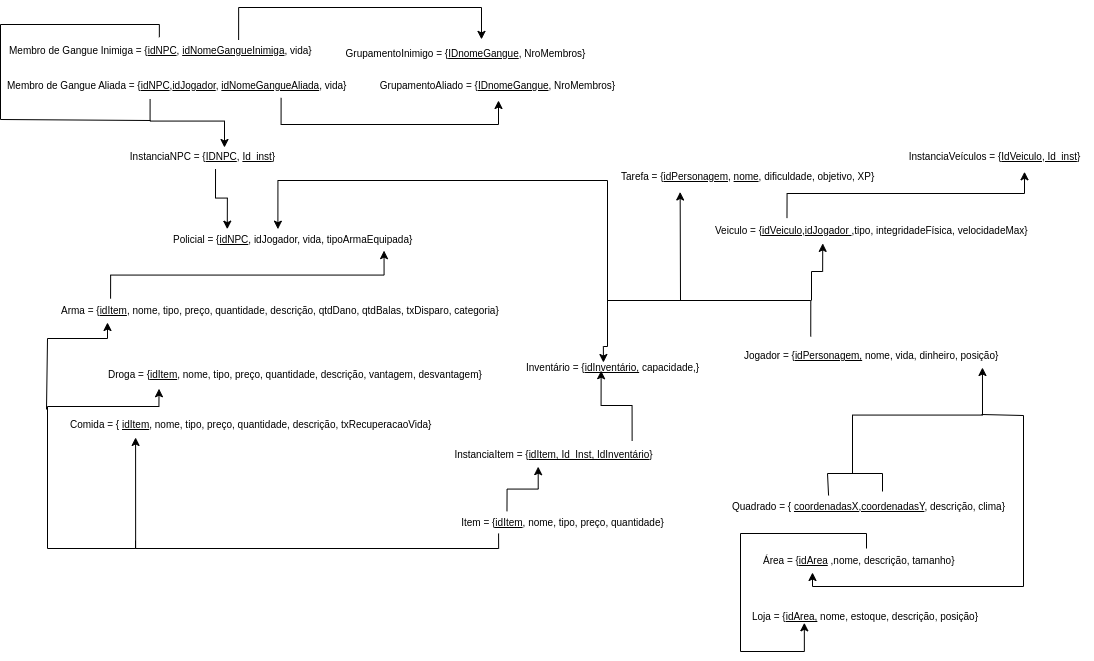
SBD1/2022.2_grupo2_GTA keeps this draw.io diagram as Modelo relacional.png. Above is the earlier version. Source tidied: cells renumbered, new cells last; positions are measured from the earlier drawing's top-left corner, leaving out a move shared by most shapes. The source it was exported from:
```xml
<mxGraphModel>
  <root>
    <mxCell id="0" />
    <mxCell id="1" parent="0" />
    <mxCell id="2" value="&lt;h1 style=&quot;&quot;&gt;&lt;span style=&quot;font-weight: 400;&quot;&gt;&lt;font style=&quot;font-size: 10px;&quot;&gt;Jogador = {&lt;u style=&quot;&quot;&gt;idPersonagem,&lt;/u&gt; nome, vida, dinheiro, posição}&lt;/font&gt;&lt;/span&gt;&lt;/h1&gt;" style="text;html=1;strokeColor=none;fillColor=none;align=left;verticalAlign=middle;rounded=0;fontSize=18;" parent="1" vertex="1">
      <mxGeometry x="742" y="329" width="273" height="20" as="geometry" />
    </mxCell>
    <mxCell id="3" value="Arma = {&lt;u&gt;idItem&lt;/u&gt;, nome, tipo, preço, quantidade, descrição, qtdDano, qtdBalas, txDisparo, categoria}" style="text;html=1;align=left;verticalAlign=middle;points=[];strokeColor=none;fillColor=none;fontSize=10;" parent="1" vertex="1">
      <mxGeometry x="59" y="291" width="456" height="24" as="geometry" />
    </mxCell>
    <mxCell id="4" value="&lt;h1 style=&quot;&quot;&gt;&lt;span style=&quot;font-weight: 400;&quot;&gt;&lt;font style=&quot;font-size: 10px;&quot;&gt;Inventário = {&lt;u style=&quot;&quot;&gt;idInventário,&lt;/u&gt; capacidade,}&lt;/font&gt;&lt;/span&gt;&lt;/h1&gt;" style="text;html=1;strokeColor=none;fillColor=none;align=left;verticalAlign=middle;whiteSpace=wrap;rounded=0;fontSize=18;" parent="1" vertex="1">
      <mxGeometry x="523.8" y="339" width="229.5" height="23" as="geometry" />
    </mxCell>
    <mxCell id="5" value="Veiculo = {&lt;u&gt;idVeiculo&lt;/u&gt;,&lt;u&gt;idJogador &lt;/u&gt;,tipo, integridadeFísica, velocidadeMax}" style="text;html=1;align=left;verticalAlign=middle;points=[];strokeColor=none;fillColor=none;fontSize=10;" parent="1" vertex="1">
      <mxGeometry x="713" y="211" width="331" height="24" as="geometry" />
    </mxCell>
    <mxCell id="6" value="Área = {&lt;u&gt;idArea&lt;/u&gt;&amp;nbsp;,nome, descrição, tamanho}" style="text;html=1;align=left;verticalAlign=middle;points=[];strokeColor=none;fillColor=none;fontSize=10;" parent="1" vertex="1">
      <mxGeometry x="761" y="541" width="210" height="24" as="geometry" />
    </mxCell>
    <mxCell id="7" value="Droga = {&lt;u&gt;idItem&lt;/u&gt;, nome, tipo, preço, quantidade, descrição, vantagem, desvantagem}" style="text;html=1;align=left;verticalAlign=middle;points=[];strokeColor=none;fillColor=none;fontSize=10;" parent="1" vertex="1">
      <mxGeometry x="106" y="355" width="392" height="24" as="geometry" />
    </mxCell>
    <mxCell id="8" value="Comida = {&amp;nbsp;&lt;u&gt;idItem&lt;/u&gt;, nome, tipo, preço, quantidade, descrição, txRecuperacaoVida}" style="text;html=1;align=left;verticalAlign=middle;points=[];strokeColor=none;fillColor=none;fontSize=10;" parent="1" vertex="1">
      <mxGeometry x="68" y="405" width="379" height="24" as="geometry" />
    </mxCell>
    <mxCell id="9" value="Tarefa = {&lt;u&gt;idPersonagem,&lt;/u&gt;&amp;nbsp;&lt;u&gt;nome&lt;/u&gt;, dificuldade, objetivo, XP}" style="text;html=1;strokeColor=none;fillColor=none;align=left;verticalAlign=middle;whiteSpace=wrap;rounded=0;fontSize=10;" parent="1" vertex="1">
      <mxGeometry x="619" y="154" width="311" height="30" as="geometry" />
    </mxCell>
    <mxCell id="10" value="&lt;h1 style=&quot;&quot;&gt;&lt;span style=&quot;font-weight: 400;&quot;&gt;&lt;font style=&quot;font-size: 10px;&quot;&gt;Loja = {&lt;u style=&quot;&quot;&gt;idArea,&lt;/u&gt; nome, estoque, descrição, posição}&lt;/font&gt;&lt;/span&gt;&lt;/h1&gt;" style="text;html=1;strokeColor=none;fillColor=none;align=left;verticalAlign=middle;whiteSpace=wrap;rounded=0;fontSize=18;" parent="1" vertex="1">
      <mxGeometry x="749.8" y="587" width="257.5" height="26" as="geometry" />
    </mxCell>
    <mxCell id="11" value="Policial = {&lt;u&gt;idNPC&lt;/u&gt;, idJogador, vida, tipoArmaEquipada}" style="text;html=1;align=left;verticalAlign=middle;points=[];strokeColor=none;fillColor=none;fontSize=10;" parent="1" vertex="1">
      <mxGeometry x="171" y="220" width="257" height="24" as="geometry" />
    </mxCell>
    <mxCell id="12" value="Membro de Gangue Aliada = {&lt;u&gt;idNPC&lt;/u&gt;,&lt;u&gt;idJogador&lt;/u&gt;, &lt;u&gt;idNomeGangueAliada&lt;/u&gt;, vida}" style="text;html=1;align=left;verticalAlign=middle;points=[];strokeColor=none;fillColor=none;fontSize=10;" parent="1" vertex="1">
      <mxGeometry x="5" y="66" width="357" height="24" as="geometry" />
    </mxCell>
    <mxCell id="13" value="Membro de Gangue Inimiga = {&lt;u&gt;idNPC&lt;/u&gt;,&amp;nbsp;&lt;u&gt;idNomeGangueInimiga&lt;/u&gt;, vida}" style="text;html=1;align=left;verticalAlign=middle;points=[];strokeColor=none;fillColor=none;fontSize=10;" parent="1" vertex="1">
      <mxGeometry x="7" y="31" width="321" height="24" as="geometry" />
    </mxCell>
    <mxCell id="14" value="&lt;font style=&quot;font-size: 10px;&quot;&gt;InstanciaItem = {&lt;u&gt;idItem, Id_Inst, IdInventário&lt;/u&gt;}&lt;/font&gt;" style="text;html=1;align=center;verticalAlign=middle;points=[];strokeColor=none;fillColor=none;" parent="1" vertex="1">
      <mxGeometry x="445" y="434" width="216" height="26" as="geometry" />
    </mxCell>
    <mxCell id="15" value="InstanciaVeículos = {&lt;u&gt;IdVeiculo, Id_inst&lt;/u&gt;}" style="text;html=1;align=center;verticalAlign=middle;points=[];strokeColor=none;fillColor=none;fontSize=10;" parent="1" vertex="1">
      <mxGeometry x="899" y="137" width="190" height="24" as="geometry" />
    </mxCell>
    <mxCell id="16" value="GrupamentoAliado = {&lt;u&gt;IDnomeGangue&lt;/u&gt;, NroMembros}" style="text;html=1;strokeColor=none;fillColor=none;align=center;verticalAlign=middle;whiteSpace=wrap;rounded=0;fontSize=10;" parent="1" vertex="1">
      <mxGeometry x="369" y="63" width="257" height="30" as="geometry" />
    </mxCell>
    <mxCell id="17" value="InstanciaNPC = {&lt;u&gt;IDNPC&lt;/u&gt;, &lt;u&gt;Id_inst&lt;/u&gt;}" style="text;html=1;align=center;verticalAlign=middle;points=[];strokeColor=none;fillColor=none;fontSize=10;" parent="1" vertex="1">
      <mxGeometry x="120" y="137" width="163" height="24" as="geometry" />
    </mxCell>
    <mxCell id="18" value="GrupamentoInimigo = {&lt;u&gt;IDnomeGangue&lt;/u&gt;, NroMembros}" style="text;html=1;strokeColor=none;fillColor=none;align=center;verticalAlign=middle;whiteSpace=wrap;rounded=0;fontSize=10;" parent="1" vertex="1">
      <mxGeometry x="332" y="31" width="267" height="30" as="geometry" />
    </mxCell>
    <mxCell id="19" value="&lt;span style=&quot;text-align: left;&quot;&gt;Quadrado = {&amp;nbsp;&lt;u&gt;coordenadasX,coordenadasY&lt;/u&gt;&lt;/span&gt;&lt;span style=&quot;text-align: left;&quot;&gt;, descrição, clima}&lt;/span&gt;" style="text;html=1;strokeColor=none;fillColor=none;align=center;verticalAlign=middle;whiteSpace=wrap;rounded=0;fontSize=10;" parent="1" vertex="1">
      <mxGeometry x="645.2" y="484" width="447" height="30" as="geometry" />
    </mxCell>
    <mxCell id="20" style="endArrow=classic;html=1;rounded=0;fontSize=10;exitX=0.864;exitY=-0.025;exitDx=0;exitDy=0;exitPerimeter=0;entryX=0.335;entryY=1.053;entryDx=0;entryDy=0;edgeStyle=orthogonalEdgeStyle;entryPerimeter=0;" parent="1" edge="1" source="14" target="4">
      <mxGeometry relative="1" as="geometry" />
    </mxCell>
    <mxCell id="21" value="&lt;span style=&quot;text-align: left;&quot;&gt;Item = &lt;/span&gt;&lt;u style=&quot;text-align: left;&quot;&gt;{idItem&lt;/u&gt;&lt;span style=&quot;text-align: left;&quot;&gt;, nome, tipo, preço, quantidade}&lt;/span&gt;" style="text;html=1;align=center;verticalAlign=middle;points=[];strokeColor=none;fillColor=none;fontSize=10;" parent="1" vertex="1">
      <mxGeometry x="451" y="503" width="221" height="24" as="geometry" />
    </mxCell>
    <mxCell id="22" style="endArrow=classic;html=1;rounded=0;fontSize=10;exitX=0.213;exitY=0.957;exitDx=0;exitDy=0;exitPerimeter=0;entryX=0.177;entryY=1.04;entryDx=0;entryDy=0;entryPerimeter=0;edgeStyle=orthogonalEdgeStyle;" parent="1" edge="1" source="21" target="8">
      <mxGeometry relative="1" as="geometry">
        <Array as="points">
          <mxPoint x="498" y="541" />
          <mxPoint x="135" y="541" />
        </Array>
      </mxGeometry>
    </mxCell>
    <mxCell id="23" style="endArrow=classic;html=1;rounded=0;fontSize=10;edgeStyle=orthogonalEdgeStyle;entryX=0.134;entryY=1.094;entryDx=0;entryDy=0;entryPerimeter=0;" parent="1" edge="1" target="7">
      <mxGeometry relative="1" as="geometry">
        <mxPoint x="135" y="533" as="sourcePoint" />
        <Array as="points">
          <mxPoint x="135" y="541" />
          <mxPoint x="47" y="541" />
          <mxPoint x="47" y="399" />
          <mxPoint x="159" y="399" />
        </Array>
      </mxGeometry>
    </mxCell>
    <mxCell id="24" style="endArrow=classic;html=1;rounded=0;fontSize=10;edgeStyle=orthogonalEdgeStyle;" parent="1" edge="1" target="3">
      <mxGeometry relative="1" as="geometry">
        <mxPoint x="46" y="402" as="sourcePoint" />
        <Array as="points">
          <mxPoint x="47" y="402" />
          <mxPoint x="47" y="331" />
          <mxPoint x="107" y="331" />
        </Array>
      </mxGeometry>
    </mxCell>
    <mxCell id="25" style="endArrow=classic;html=1;rounded=0;fontSize=10;entryX=0.429;entryY=0.968;entryDx=0;entryDy=0;entryPerimeter=0;exitX=0.251;exitY=0.029;exitDx=0;exitDy=0;exitPerimeter=0;edgeStyle=orthogonalEdgeStyle;" parent="1" edge="1" source="21" target="14">
      <mxGeometry relative="1" as="geometry" />
    </mxCell>
    <mxCell id="26" style="endArrow=none;html=1;rounded=0;fontSize=10;exitX=0.409;exitY=0.133;exitDx=0;exitDy=0;exitPerimeter=0;edgeStyle=orthogonalEdgeStyle;" parent="1" edge="1" source="19" target="19">
      <mxGeometry relative="1" as="geometry">
        <Array as="points">
          <mxPoint x="827" y="488" />
          <mxPoint x="827" y="466" />
          <mxPoint x="882" y="466" />
        </Array>
      </mxGeometry>
    </mxCell>
    <mxCell id="27" style="endArrow=classic;html=1;rounded=0;fontSize=10;edgeStyle=orthogonalEdgeStyle;entryX=0.879;entryY=1.55;entryDx=0;entryDy=0;entryPerimeter=0;" parent="1" edge="1" target="2">
      <mxGeometry relative="1" as="geometry">
        <mxPoint x="852" y="466" as="sourcePoint" />
      </mxGeometry>
    </mxCell>
    <mxCell id="28" style="endArrow=classic;html=1;rounded=0;fontSize=10;edgeStyle=orthogonalEdgeStyle;" parent="1" edge="1" target="6">
      <mxGeometry relative="1" as="geometry">
        <mxPoint x="981" y="407" as="sourcePoint" />
        <Array as="points">
          <mxPoint x="981" y="408" />
          <mxPoint x="1023" y="408" />
          <mxPoint x="1023" y="579" />
          <mxPoint x="812" y="579" />
        </Array>
      </mxGeometry>
    </mxCell>
    <mxCell id="29" style="endArrow=classic;html=1;rounded=0;fontSize=10;edgeStyle=orthogonalEdgeStyle;exitX=0.25;exitY=0;exitDx=0;exitDy=0;entryX=0.345;entryY=0.696;entryDx=0;entryDy=0;entryPerimeter=0;" parent="1" edge="1" source="2" target="4">
      <mxGeometry relative="1" as="geometry">
        <Array as="points">
          <mxPoint x="810" y="293" />
          <mxPoint x="607" y="293" />
          <mxPoint x="607" y="339" />
          <mxPoint x="603" y="339" />
        </Array>
      </mxGeometry>
    </mxCell>
    <mxCell id="30" style="endArrow=classic;html=1;rounded=0;fontSize=10;edgeStyle=orthogonalEdgeStyle;entryX=0.33;entryY=1.037;entryDx=0;entryDy=0;entryPerimeter=0;" parent="1" edge="1" target="5">
      <mxGeometry relative="1" as="geometry">
        <mxPoint x="811" y="293" as="sourcePoint" />
      </mxGeometry>
    </mxCell>
    <mxCell id="31" style="endArrow=classic;html=1;rounded=0;fontSize=10;entryX=0.21;entryY=1.088;entryDx=0;entryDy=0;edgeStyle=orthogonalEdgeStyle;entryPerimeter=0;" parent="1" edge="1" source="6" target="10">
      <mxGeometry relative="1" as="geometry">
        <Array as="points">
          <mxPoint x="866" y="526" />
          <mxPoint x="740" y="526" />
          <mxPoint x="740" y="644" />
          <mxPoint x="804" y="644" />
        </Array>
      </mxGeometry>
    </mxCell>
    <mxCell id="32" style="endArrow=classic;html=1;rounded=0;fontSize=10;entryX=0.195;entryY=1.016;entryDx=0;entryDy=0;entryPerimeter=0;" parent="1" edge="1" target="9">
      <mxGeometry relative="1" as="geometry">
        <mxPoint x="680" y="293" as="sourcePoint" />
      </mxGeometry>
    </mxCell>
    <mxCell id="33" style="endArrow=classic;html=1;rounded=0;fontSize=10;exitX=0.222;exitY=-0.018;exitDx=0;exitDy=0;exitPerimeter=0;entryX=0.658;entryY=1.136;entryDx=0;entryDy=0;entryPerimeter=0;edgeStyle=orthogonalEdgeStyle;" parent="1" edge="1" source="5" target="15">
      <mxGeometry relative="1" as="geometry" />
    </mxCell>
    <mxCell id="34" style="endArrow=classic;html=1;rounded=0;fontSize=10;exitX=0.112;exitY=0.006;exitDx=0;exitDy=0;exitPerimeter=0;entryX=0.827;entryY=0.964;entryDx=0;entryDy=0;entryPerimeter=0;edgeStyle=orthogonalEdgeStyle;" parent="1" edge="1" source="3" target="11">
      <mxGeometry relative="1" as="geometry" />
    </mxCell>
    <mxCell id="35" style="endArrow=classic;html=1;rounded=0;fontSize=10;entryX=0.414;entryY=0.07;entryDx=0;entryDy=0;entryPerimeter=0;edgeStyle=orthogonalEdgeStyle;" parent="1" edge="1" target="11">
      <mxGeometry relative="1" as="geometry">
        <mxPoint x="607" y="295" as="sourcePoint" />
        <Array as="points">
          <mxPoint x="607" y="173" />
          <mxPoint x="277" y="173" />
        </Array>
      </mxGeometry>
    </mxCell>
    <mxCell id="36" style="endArrow=classic;html=1;rounded=0;fontSize=10;exitX=0.405;exitY=1.062;exitDx=0;exitDy=0;exitPerimeter=0;entryX=0.638;entryY=0.125;entryDx=0;entryDy=0;entryPerimeter=0;edgeStyle=orthogonalEdgeStyle;" parent="1" edge="1" source="12" target="17">
      <mxGeometry relative="1" as="geometry" />
    </mxCell>
    <mxCell id="37" style="endArrow=classic;html=1;rounded=0;fontSize=10;exitX=0.583;exitY=1.023;exitDx=0;exitDy=0;exitPerimeter=0;entryX=0.217;entryY=0.07;entryDx=0;entryDy=0;entryPerimeter=0;edgeStyle=orthogonalEdgeStyle;" parent="1" edge="1" source="17" target="11">
      <mxGeometry relative="1" as="geometry" />
    </mxCell>
    <mxCell id="38" style="endArrow=none;html=1;rounded=0;fontSize=10;entryX=0.473;entryY=-0.055;entryDx=0;entryDy=0;entryPerimeter=0;edgeStyle=orthogonalEdgeStyle;" parent="1" edge="1" target="13">
      <mxGeometry relative="1" as="geometry">
        <mxPoint x="150" y="113" as="sourcePoint" />
        <Array as="points">
          <mxPoint y="112" />
          <mxPoint y="17" />
          <mxPoint x="159" y="17" />
        </Array>
      </mxGeometry>
    </mxCell>
    <mxCell id="39" style="endArrow=classic;html=1;rounded=0;fontSize=10;exitX=0.72;exitY=0.06;exitDx=0;exitDy=0;exitPerimeter=0;entryX=0.558;entryY=0.03;entryDx=0;entryDy=0;entryPerimeter=0;edgeStyle=orthogonalEdgeStyle;" parent="1" edge="1" source="13" target="18">
      <mxGeometry relative="1" as="geometry">
        <Array as="points">
          <mxPoint x="238" />
          <mxPoint x="481" />
        </Array>
      </mxGeometry>
    </mxCell>
    <mxCell id="40" style="endArrow=classic;html=1;rounded=0;fontSize=10;exitX=0.772;exitY=1.016;exitDx=0;exitDy=0;exitPerimeter=0;edgeStyle=orthogonalEdgeStyle;entryX=0.5;entryY=1;entryDx=0;entryDy=0;" parent="1" edge="1" source="12" target="16">
      <mxGeometry relative="1" as="geometry">
        <Array as="points">
          <mxPoint x="281" y="117" />
          <mxPoint x="498" y="117" />
          <mxPoint x="498" y="93" />
        </Array>
      </mxGeometry>
    </mxCell>
  </root>
</mxGraphModel>
```
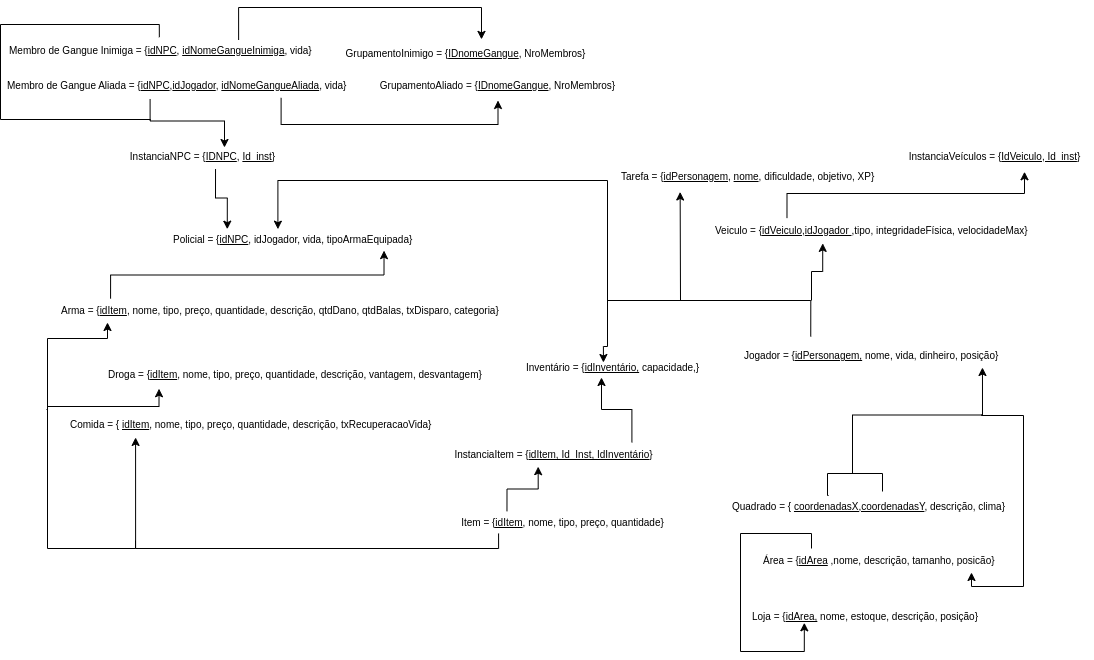
The same diagram one commit later.

Commit message:
foi criado o modelo relacional

Diff of the diagram source:
```diff
@@ -14,8 +14,8 @@
     <mxCell id="5" value="Veiculo = {&lt;u&gt;idVeiculo&lt;/u&gt;,&lt;u&gt;idJogador &lt;/u&gt;,tipo, integridadeFísica, velocidadeMax}" style="text;html=1;align=left;verticalAlign=middle;points=[];strokeColor=none;fillColor=none;fontSize=10;" parent="1" vertex="1">
       <mxGeometry x="713" y="211" width="331" height="24" as="geometry" />
     </mxCell>
-    <mxCell id="6" value="Área = {&lt;u&gt;idArea&lt;/u&gt;&amp;nbsp;,nome, descrição, tamanho}" style="text;html=1;align=left;verticalAlign=middle;points=[];strokeColor=none;fillColor=none;fontSize=10;" parent="1" vertex="1">
-      <mxGeometry x="761" y="541" width="210" height="24" as="geometry" />
+    <mxCell id="6" value="Área = {&lt;u&gt;idArea&lt;/u&gt;&amp;nbsp;,nome, descrição, tamanho, posicão}" style="text;html=1;align=left;verticalAlign=middle;points=[];strokeColor=none;fillColor=none;fontSize=10;" parent="1" vertex="1">
+      <mxGeometry x="761" y="541" width="250" height="24" as="geometry" />
     </mxCell>
     <mxCell id="7" value="Droga = {&lt;u&gt;idItem&lt;/u&gt;, nome, tipo, preço, quantidade, descrição, vantagem, desvantagem}" style="text;html=1;align=left;verticalAlign=middle;points=[];strokeColor=none;fillColor=none;fontSize=10;" parent="1" vertex="1">
       <mxGeometry x="106" y="355" width="392" height="24" as="geometry" />
@@ -56,8 +56,10 @@
     <mxCell id="19" value="&lt;span style=&quot;text-align: left;&quot;&gt;Quadrado = {&amp;nbsp;&lt;u&gt;coordenadasX,coordenadasY&lt;/u&gt;&lt;/span&gt;&lt;span style=&quot;text-align: left;&quot;&gt;, descrição, clima}&lt;/span&gt;" style="text;html=1;strokeColor=none;fillColor=none;align=center;verticalAlign=middle;whiteSpace=wrap;rounded=0;fontSize=10;" parent="1" vertex="1">
       <mxGeometry x="645.2" y="484" width="447" height="30" as="geometry" />
     </mxCell>
-    <mxCell id="20" style="endArrow=classic;html=1;rounded=0;fontSize=10;exitX=0.864;exitY=-0.025;exitDx=0;exitDy=0;exitPerimeter=0;entryX=0.335;entryY=1.053;entryDx=0;entryDy=0;edgeStyle=orthogonalEdgeStyle;entryPerimeter=0;" parent="1" edge="1" source="14" target="4">
-      <mxGeometry relative="1" as="geometry" />
+    <mxCell id="20" style="endArrow=classic;html=1;rounded=0;fontSize=10;exitX=0.863;exitY=0.031;exitDx=0;exitDy=0;exitPerimeter=0;edgeStyle=orthogonalEdgeStyle;" parent="1" edge="1" source="14">
+      <mxGeometry relative="1" as="geometry">
+        <mxPoint x="601" y="370" as="targetPoint" />
+      </mxGeometry>
     </mxCell>
     <mxCell id="21" value="&lt;span style=&quot;text-align: left;&quot;&gt;Item = &lt;/span&gt;&lt;u style=&quot;text-align: left;&quot;&gt;{idItem&lt;/u&gt;&lt;span style=&quot;text-align: left;&quot;&gt;, nome, tipo, preço, quantidade}&lt;/span&gt;" style="text;html=1;align=center;verticalAlign=middle;points=[];strokeColor=none;fillColor=none;fontSize=10;" parent="1" vertex="1">
       <mxGeometry x="451" y="503" width="221" height="24" as="geometry" />
@@ -115,7 +117,7 @@
           <mxPoint x="981" y="408" />
           <mxPoint x="1023" y="408" />
           <mxPoint x="1023" y="579" />
-          <mxPoint x="812" y="579" />
+          <mxPoint x="971" y="579" />
         </Array>
       </mxGeometry>
     </mxCell>
@@ -137,7 +139,7 @@
     <mxCell id="31" style="endArrow=classic;html=1;rounded=0;fontSize=10;entryX=0.21;entryY=1.088;entryDx=0;entryDy=0;edgeStyle=orthogonalEdgeStyle;entryPerimeter=0;" parent="1" edge="1" source="6" target="10">
       <mxGeometry relative="1" as="geometry">
         <Array as="points">
-          <mxPoint x="866" y="526" />
+          <mxPoint x="811" y="526" />
           <mxPoint x="740" y="526" />
           <mxPoint x="740" y="644" />
           <mxPoint x="804" y="644" />
```
